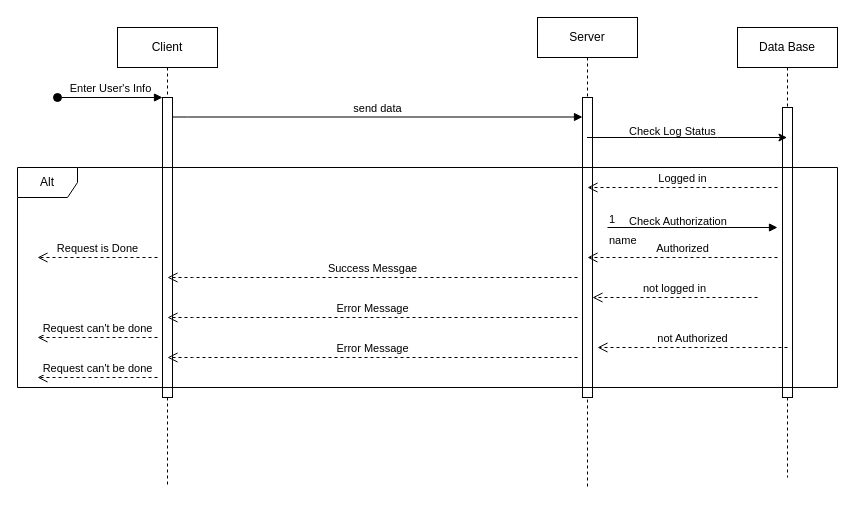
HabebaHamada/Bank_System_QT keeps this draw.io diagram as Requests.drawio. Above is the earlier version. Source tidied: cells renumbered, new cells numbered last; positions are measured from the earlier drawing's top-left corner, leaving out a move shared by most shapes. Both pictures are drawn from the tidied source at 100%, with x=0, y=0 at pixel (17, 17).
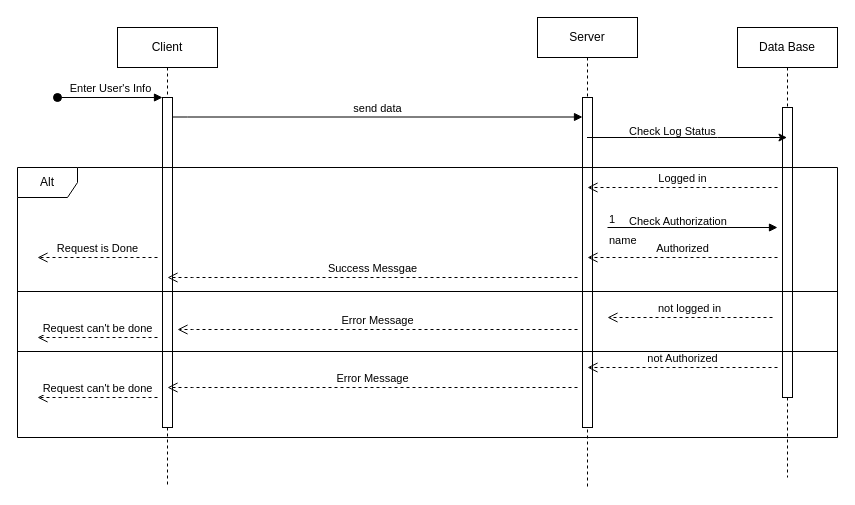
The same page after the edit.

Commit message:
update requests sequence diagram

The change refers to these unchanged cells:
```xml
<mxCell id="2" value="Client" style="shape=umlLifeline;perimeter=lifelinePerimeter;whiteSpace=wrap;html=1;newEdgeStyle={&quot;edgeStyle&quot;:&quot;elbowEdgeStyle&quot;,&quot;elbow&quot;:&quot;vertical&quot;,&quot;curved&quot;:0,&quot;rounded&quot;:0};" parent="1" vertex="1">
  <mxGeometry x="100" y="10" width="100" height="460" as="geometry" />
</mxCell>
<mxCell id="5" value="Server" style="shape=umlLifeline;perimeter=lifelinePerimeter;whiteSpace=wrap;html=1;newEdgeStyle={&quot;edgeStyle&quot;:&quot;elbowEdgeStyle&quot;,&quot;elbow&quot;:&quot;vertical&quot;,&quot;curved&quot;:0,&quot;rounded&quot;:0};" parent="1" vertex="1">
  <mxGeometry x="520" width="100" height="470" as="geometry" />
</mxCell>
```

What changed in the source:
```diff
@@
     <mxCell id="3" style="html=1;points=[];perimeter=orthogonalPerimeter;outlineConnect=0;targetShapes=umlLifeline;portConstraint=eastwest;newEdgeStyle={&quot;edgeStyle&quot;:&quot;elbowEdgeStyle&quot;,&quot;elbow&quot;:&quot;vertical&quot;,&quot;curved&quot;:0,&quot;rounded&quot;:0};" parent="2" vertex="1">
-      <mxGeometry x="45" y="70" width="10" height="300" as="geometry" />
+      <mxGeometry x="45" y="70" width="10" height="330" as="geometry" />
     </mxCell>
@@
     <mxCell id="6" style="html=1;points=[];perimeter=orthogonalPerimeter;outlineConnect=0;targetShapes=umlLifeline;portConstraint=eastwest;newEdgeStyle={&quot;edgeStyle&quot;:&quot;elbowEdgeStyle&quot;,&quot;elbow&quot;:&quot;vertical&quot;,&quot;curved&quot;:0,&quot;rounded&quot;:0};" parent="5" vertex="1">
-      <mxGeometry x="45" y="80" width="10" height="300" as="geometry" />
+      <mxGeometry x="45" y="80" width="10" height="330" as="geometry" />
     </mxCell>
@@
     <mxCell id="8" value="Error Message" style="html=1;verticalAlign=bottom;endArrow=open;dashed=1;endSize=8;edgeStyle=elbowEdgeStyle;elbow=vertical;curved=0;rounded=0;" parent="1" edge="1">
       <mxGeometry relative="1" as="geometry">
-        <mxPoint x="560" y="300" as="sourcePoint" />
-        <mxPoint x="150" y="300" as="targetPoint" />
+        <mxPoint x="560" y="312" as="sourcePoint" />
+        <mxPoint x="160" y="312" as="targetPoint" />
         <Array as="points">
-          <mxPoint x="175" y="300" />
+          <mxPoint x="175" y="312" />
         </Array>
       </mxGeometry>
     </mxCell>
@@
     <mxCell id="18" value="Alt" style="shape=umlFrame;whiteSpace=wrap;html=1;" parent="1" vertex="1">
-      <mxGeometry y="150" width="820" height="220" as="geometry" />
+      <mxGeometry y="150" width="820" height="270" as="geometry" />
     </mxCell>
-    <mxCell id="19" value="not logged in" style="html=1;verticalAlign=bottom;endArrow=open;dashed=1;endSize=8;curved=0;rounded=0;" parent="1" edge="1" target="6">
+    <mxCell id="19" value="not logged in" style="html=1;verticalAlign=bottom;endArrow=open;dashed=1;endSize=8;curved=0;rounded=0;" parent="1" edge="1">
       <mxGeometry relative="1" as="geometry">
-        <mxPoint x="740" y="280" as="sourcePoint" />
+        <mxPoint x="755" y="300" as="sourcePoint" />
+        <mxPoint x="590" y="300" as="targetPoint" />
       </mxGeometry>
     </mxCell>
@@
     <mxCell id="23" value="not Authorized" style="html=1;verticalAlign=bottom;endArrow=open;dashed=1;endSize=8;edgeStyle=elbowEdgeStyle;elbow=vertical;curved=0;rounded=0;" parent="1" edge="1">
       <mxGeometry relative="1" as="geometry">
-        <mxPoint x="770" y="330" as="sourcePoint" />
-        <mxPoint x="580" y="330" as="targetPoint" />
+        <mxPoint x="760" y="350" as="sourcePoint" />
+        <mxPoint x="570" y="350" as="targetPoint" />
       </mxGeometry>
     </mxCell>
     <mxCell id="24" value="Error Message" style="html=1;verticalAlign=bottom;endArrow=open;dashed=1;endSize=8;edgeStyle=elbowEdgeStyle;elbow=vertical;curved=0;rounded=0;" parent="1" edge="1">
       <mxGeometry relative="1" as="geometry">
-        <mxPoint x="560" y="340" as="sourcePoint" />
-        <mxPoint x="150" y="340" as="targetPoint" />
+        <mxPoint x="560" y="370" as="sourcePoint" />
+        <mxPoint x="150" y="370" as="targetPoint" />
         <Array as="points">
-          <mxPoint x="175" y="340" />
+          <mxPoint x="175" y="370" />
         </Array>
       </mxGeometry>
     </mxCell>
     <mxCell id="25" value="Request can't be done" style="html=1;verticalAlign=bottom;endArrow=open;dashed=1;endSize=8;edgeStyle=elbowEdgeStyle;elbow=vertical;curved=0;rounded=0;" parent="1" edge="1">
       <mxGeometry relative="1" as="geometry">
-        <mxPoint x="140" y="360" as="sourcePoint" />
-        <mxPoint x="20" y="360" as="targetPoint" />
+        <mxPoint x="140" y="380" as="sourcePoint" />
+        <mxPoint x="20" y="380" as="targetPoint" />
         <Array as="points">
-          <mxPoint x="80" y="360" />
+          <mxPoint x="80" y="380" />
         </Array>
       </mxGeometry>
     </mxCell>
+    <mxCell id="26" style="line;strokeWidth=1;fillColor=none;align=left;verticalAlign=middle;spacingTop=-1;spacingLeft=3;spacingRight=3;labelPosition=right;strokeColor=inherit;" parent="1" vertex="1">
+      <mxGeometry y="270" width="820" height="8" as="geometry" />
+    </mxCell>
+    <mxCell id="27" style="line;strokeWidth=1;fillColor=none;align=left;verticalAlign=middle;spacingTop=-1;spacingLeft=3;spacingRight=3;labelPosition=right;strokeColor=inherit;" parent="1" vertex="1">
+      <mxGeometry y="330" width="820" height="8" as="geometry" />
+    </mxCell>
```
